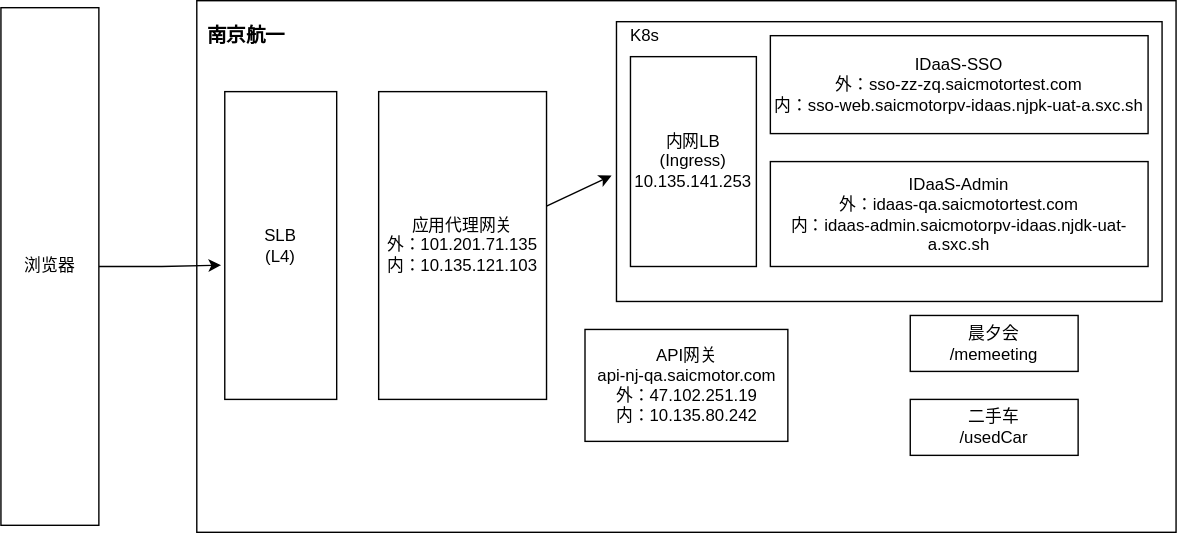
Earlier version of the draw.io export IDaaS应用网关代理网络拓扑图.svg (deepinsea/draw). Source tidied: cells renumbered, new cells last; positions are measured from the earlier drawing's top-left corner, leaving out a move shared by most shapes.
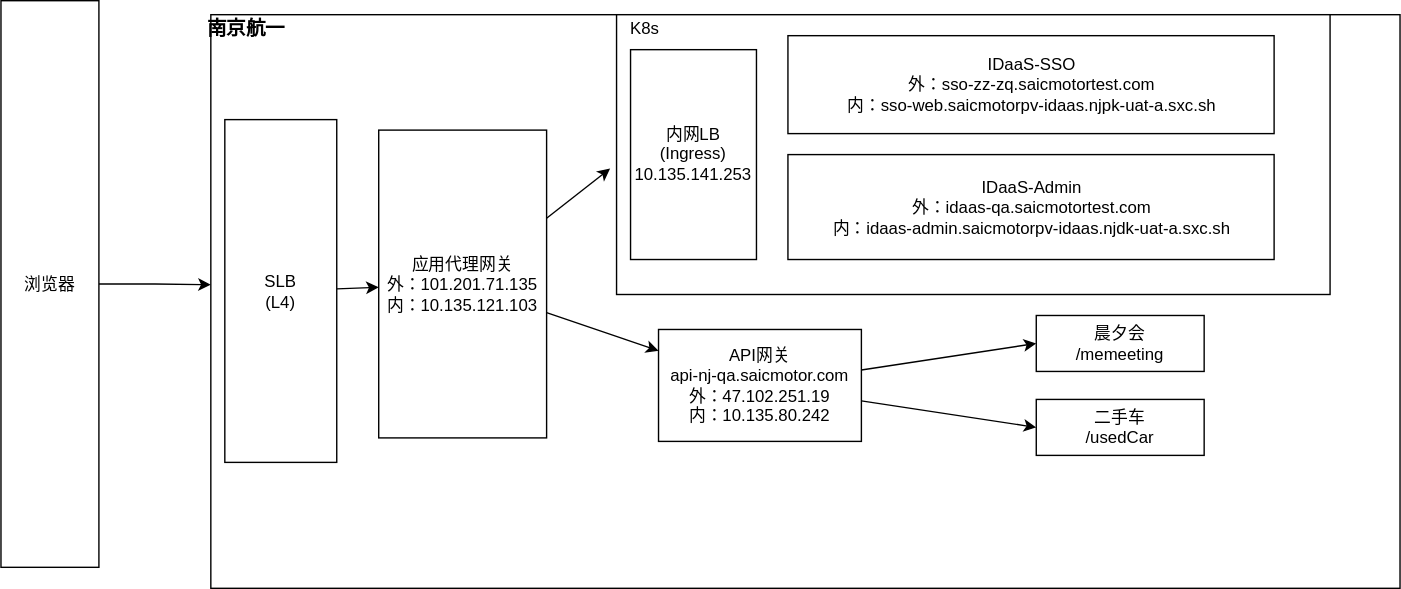
Later version of the same file.

Commit message:
更新IDaaS应用网关代理网络拓扑图.svg

What changed in the source:
```diff
@@ -3,49 +3,63 @@
     <mxCell id="0" />
     <mxCell id="1" parent="0" />
     <mxCell id="2" style="rounded=0;whiteSpace=wrap;html=1;" parent="1" vertex="1">
-      <mxGeometry x="140" width="700" height="380" as="geometry" />
+      <mxGeometry x="-340" y="-10" width="850" height="410" as="geometry" />
     </mxCell>
-    <mxCell id="3" style="edgeStyle=orthogonalEdgeStyle;rounded=0;jettySize=auto;html=1;entryX=-0.033;entryY=0.564;entryDx=0;entryDy=0;entryPerimeter=0;" parent="1" edge="1" source="4" target="5">
-      <mxGeometry relative="1" as="geometry" />
+    <mxCell id="3" style="edgeStyle=orthogonalEdgeStyle;rounded=0;jettySize=auto;html=1;" parent="1" edge="1" source="4">
+      <mxGeometry relative="1" as="geometry">
+        <mxPoint x="-340" y="183" as="targetPoint" />
+      </mxGeometry>
     </mxCell>
     <mxCell id="4" value="浏览器" style="rounded=0;whiteSpace=wrap;html=1;" parent="1" vertex="1">
-      <mxGeometry y="5" width="70" height="370" as="geometry" />
+      <mxGeometry x="-490" y="-20" width="70" height="405" as="geometry" />
     </mxCell>
+    <mxCell id="17" style="edgeStyle=none;rounded=0;jettySize=auto;html=1;" parent="1" edge="1" source="5" target="8">
+      <mxGeometry relative="1" as="geometry" />
+    </mxCell>
     <mxCell id="5" value="SLB&lt;br&gt;(L4)" style="whiteSpace=wrap;html=1;" parent="1" vertex="1">
-      <mxGeometry x="160" y="65" width="80" height="220" as="geometry" />
+      <mxGeometry x="-330" y="65" width="80" height="245" as="geometry" />
     </mxCell>
     <mxCell id="6" value="&lt;b&gt;&lt;font style=&quot;font-size: 14px&quot;&gt;南京航一&lt;/font&gt;&lt;/b&gt;" style="text;html=1;align=center;verticalAlign=middle;fillColor=none;strokeColor=none;rounded=0;" parent="1" vertex="1">
-      <mxGeometry x="140" y="15" width="70" height="20" as="geometry" />
+      <mxGeometry x="-350" y="-10" width="70" height="20" as="geometry" />
     </mxCell>
     <mxCell id="7" style="edgeStyle=none;rounded=0;jettySize=auto;html=1;entryX=-0.009;entryY=0.55;entryDx=0;entryDy=0;entryPerimeter=0;" parent="1" edge="1" source="8" target="9">
       <mxGeometry relative="1" as="geometry" />
     </mxCell>
+    <mxCell id="18" style="edgeStyle=none;rounded=0;jettySize=auto;html=1;" parent="1" edge="1" source="8" target="14">
+      <mxGeometry relative="1" as="geometry" />
+    </mxCell>
     <mxCell id="8" value="应用代理网关&lt;br&gt;外：101.201.71.135&lt;br&gt;内：10.135.121.103" style="whiteSpace=wrap;html=1;" parent="1" vertex="1">
-      <mxGeometry x="270" y="65" width="120" height="220" as="geometry" />
+      <mxGeometry x="-220" y="72.5" width="120" height="220" as="geometry" />
     </mxCell>
     <mxCell id="9" style="rounded=0;whiteSpace=wrap;html=1;" parent="1" vertex="1">
-      <mxGeometry x="440" y="15" width="390" height="200" as="geometry" />
+      <mxGeometry x="-50" y="-10" width="510" height="200" as="geometry" />
     </mxCell>
     <mxCell id="10" value="内网LB&lt;br&gt;(Ingress)&lt;br&gt;10.135.141.253" style="rounded=0;whiteSpace=wrap;html=1;" parent="1" vertex="1">
-      <mxGeometry x="450" y="40" width="90" height="150" as="geometry" />
+      <mxGeometry x="-40" y="15" width="90" height="150" as="geometry" />
     </mxCell>
     <mxCell id="11" value="IDaaS-SSO&lt;br&gt;外：sso-zz-zq.saicmotortest.com&lt;br&gt;内：sso-web.saicmotorpv-idaas.njpk-uat-a.sxc.sh" style="rounded=0;whiteSpace=wrap;html=1;" parent="1" vertex="1">
-      <mxGeometry x="550" y="25" width="270" height="70" as="geometry" />
+      <mxGeometry x="72.5" y="5" width="347.5" height="70" as="geometry" />
     </mxCell>
     <mxCell id="12" value="IDaaS-Admin&lt;br&gt;外：idaas-qa.saicmotortest.com&lt;br&gt;内：idaas-admin.saicmotorpv-idaas.njdk-uat-a.sxc.sh" style="rounded=0;whiteSpace=wrap;html=1;" parent="1" vertex="1">
-      <mxGeometry x="550" y="115" width="270" height="75" as="geometry" />
+      <mxGeometry x="72.5" y="90" width="347.5" height="75" as="geometry" />
     </mxCell>
     <mxCell id="13" value="K8s" style="text;html=1;align=center;verticalAlign=middle;fillColor=none;strokeColor=none;rounded=0;" parent="1" vertex="1">
-      <mxGeometry x="440" y="15" width="40" height="20" as="geometry" />
+      <mxGeometry x="-50" y="-10" width="40" height="20" as="geometry" />
     </mxCell>
+    <mxCell id="19" style="edgeStyle=none;rounded=0;jettySize=auto;html=1;entryX=0;entryY=0.5;entryDx=0;entryDy=0;" parent="1" edge="1" source="14" target="15">
+      <mxGeometry relative="1" as="geometry" />
+    </mxCell>
+    <mxCell id="20" style="edgeStyle=none;rounded=0;jettySize=auto;html=1;entryX=0;entryY=0.5;entryDx=0;entryDy=0;" parent="1" edge="1" source="14" target="16">
+      <mxGeometry relative="1" as="geometry" />
+    </mxCell>
     <mxCell id="14" value="API网关&lt;br&gt;api-nj-qa.saicmotor.com&lt;br&gt;外：47.102.251.19&lt;br&gt;内：10.135.80.242" style="rounded=0;whiteSpace=wrap;html=1;" parent="1" vertex="1">
-      <mxGeometry x="417.5" y="235" width="145" height="80" as="geometry" />
+      <mxGeometry x="-20" y="215" width="145" height="80" as="geometry" />
     </mxCell>
     <mxCell id="15" value="晨夕会&lt;br&gt;/memeeting" style="rounded=0;whiteSpace=wrap;html=1;" parent="1" vertex="1">
-      <mxGeometry x="650" y="225" width="120" height="40" as="geometry" />
+      <mxGeometry x="250" y="205" width="120" height="40" as="geometry" />
     </mxCell>
     <mxCell id="16" value="二手车&lt;br&gt;/usedCar" style="rounded=0;whiteSpace=wrap;html=1;" parent="1" vertex="1">
-      <mxGeometry x="650" y="285" width="120" height="40" as="geometry" />
+      <mxGeometry x="250" y="265" width="120" height="40" as="geometry" />
     </mxCell>
   </root>
 </mxGraphModel>
```
